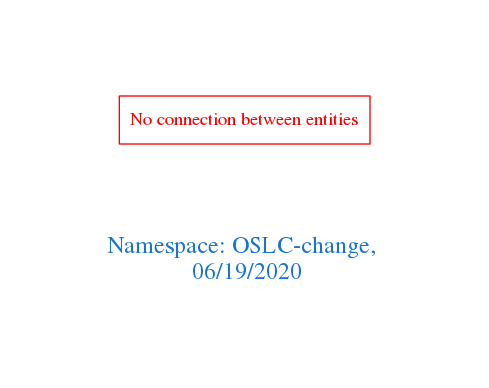
This is downloads/OSLC-change.png from arago/OGIT, a Graphviz export, as it was before one commit. Its source is kept beside it as downloads/OSLC-change.dot.
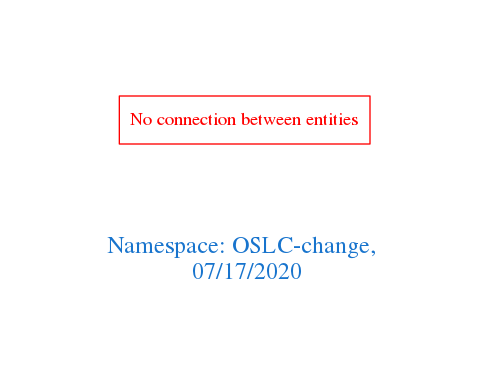
The same diagram one commit later.

What changed in the source:
```diff
@@ -1,7 +1,7 @@
 digraph OGIT_ontology {
  graph [ rankdir= LR,pad=1
 fontsize = 18,
-fontcolor= dodgerblue3,label = "\n\n\nNamespace: OSLC-change, \n 06/19/2020"];
+fontcolor= dodgerblue3,label = "\n\n\nNamespace: OSLC-change, \n 07/17/2020"];
 node[shape=polygon];
 edge [  color="gray81"];
 
```
